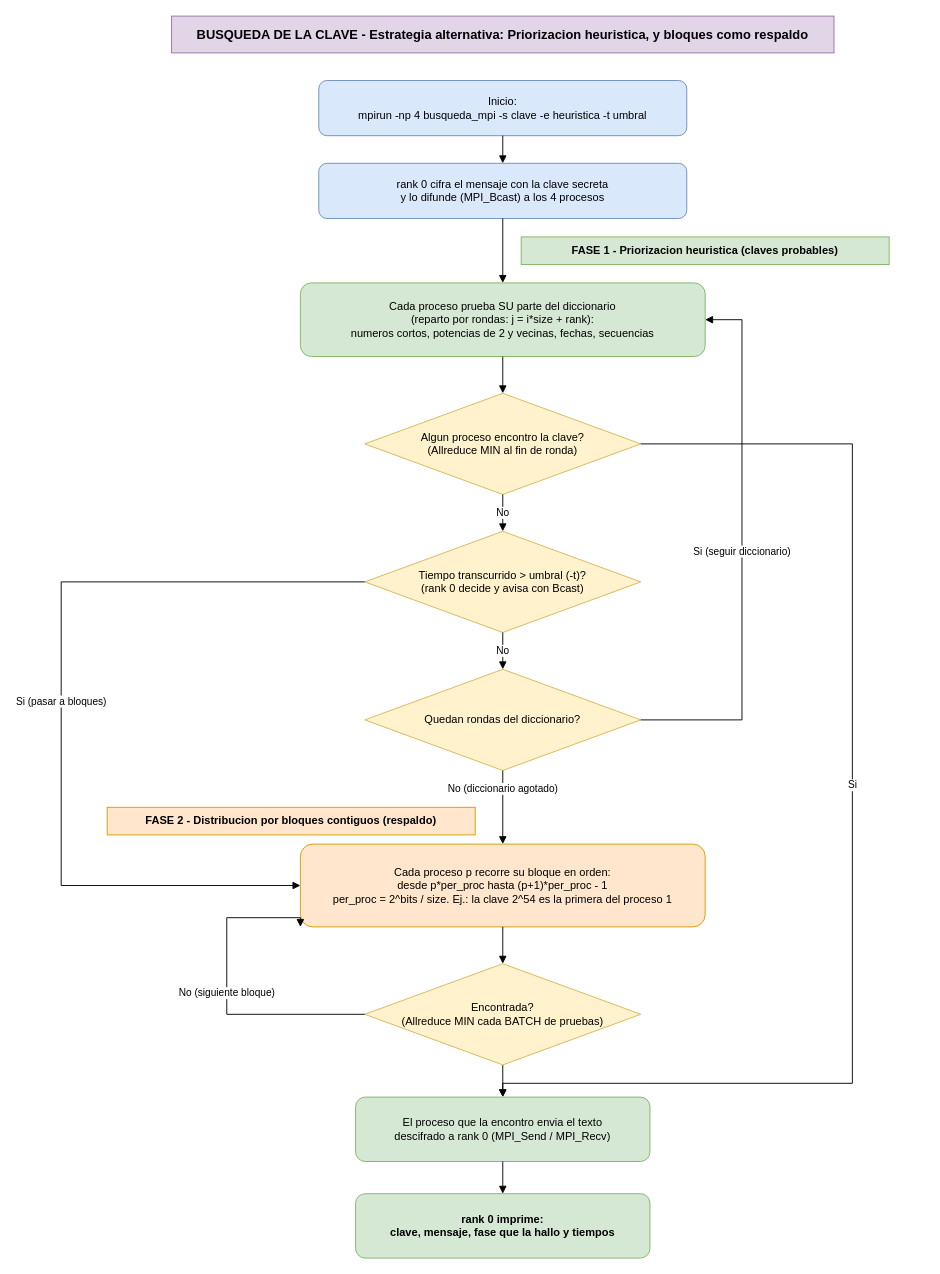
This is page "Estrategia alternativa (heuristica + bloques)" (2 of 2) of diagramas/cifrado_descifrado.drawio from Brariv/Proyecto-2-OMPI, a draw.io file, before an edit. Source tidied: cells renumbered, new cells numbered last; positions are measured from the earlier drawing's top-left corner, leaving out a move shared by most shapes. Both pictures are drawn from the tidied source at 92%, with x=0, y=0 at pixel (61, 16).
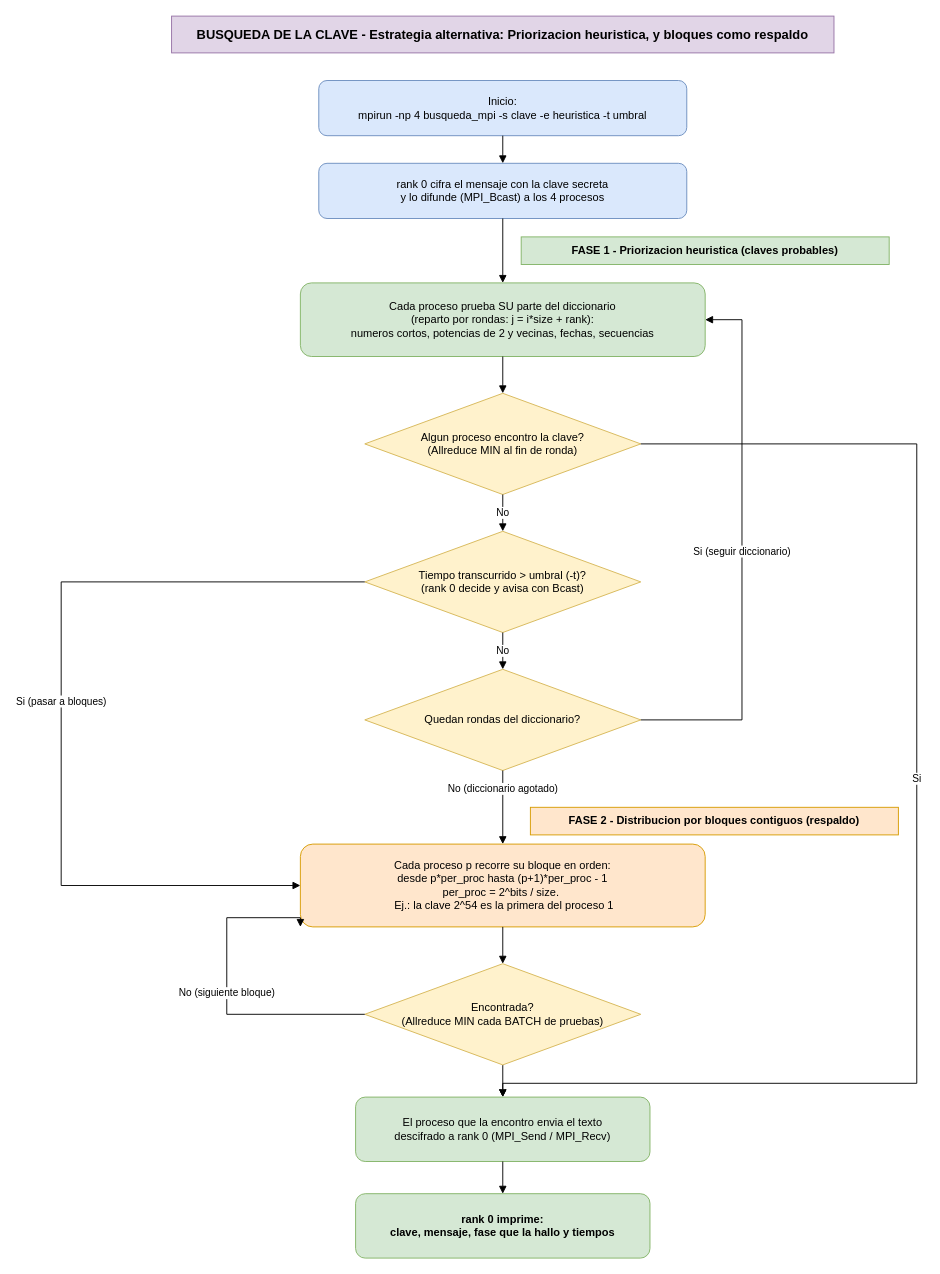
The same diagram, later.

Commit message (it also covers changes not shown here):
Desencriptado OMPI y actualizacion de diagramas

Unchanged cells that the change refers to:
```xml
<mxCell id="7" value="Algun proceso encontro la clave?&#10;(Allreduce MIN al fin de ronda)" style="rhombus;whiteSpace=wrap;html=1;fillColor=#fff2cc;strokeColor=#d6b656;" parent="1" vertex="1">
  <mxGeometry x="330" y="410" width="300" height="110" as="geometry" />
</mxCell>
<mxCell id="14" value="El proceso que la encontro envia el texto&#10;descifrado a rank 0 (MPI_Send / MPI_Recv)" style="rounded=1;whiteSpace=wrap;html=1;fillColor=#d5e8d4;strokeColor=#82b366;" parent="1" vertex="1">
  <mxGeometry x="320" y="1175" width="320" height="70" as="geometry" />
</mxCell>
```

Change to the diagram source:
```diff
@@
     <mxCell id="10" value="FASE 2 - Distribucion por bloques contiguos (respaldo)" style="rounded=0;whiteSpace=wrap;html=1;fillColor=#ffe6cc;strokeColor=#d79b00;fontStyle=1;" parent="1" vertex="1">
-      <mxGeometry x="50" y="860" width="400" height="30" as="geometry" />
+      <mxGeometry x="510" y="860" width="400" height="30" as="geometry" />
     </mxCell>
-    <mxCell id="11" value="Cada proceso p recorre su bloque en orden:&#10;desde p*per_proc hasta (p+1)*per_proc - 1&#10;per_proc = 2^bits / size.  Ej.: la clave 2^54 es la primera del proceso 1" style="rounded=1;whiteSpace=wrap;html=1;fillColor=#ffe6cc;strokeColor=#d79b00;" parent="1" vertex="1">
+    <mxCell id="11" value="Cada proceso p recorre su bloque en orden:&lt;br&gt;desde p*per_proc hasta (p+1)*per_proc - 1&lt;br&gt;per_proc = 2^bits / size.&amp;nbsp;&lt;div&gt;&amp;nbsp;Ej.: la clave 2^54 es la primera del proceso 1&lt;/div&gt;" style="rounded=1;whiteSpace=wrap;html=1;fillColor=#ffe6cc;strokeColor=#d79b00;" parent="1" vertex="1">
       <mxGeometry x="260" y="900" width="440" height="90" as="geometry" />
     </mxCell>
@@
     <mxCell id="19" value="Si" style="edgeStyle=orthogonalEdgeStyle;html=1;endArrow=block;rounded=0;exitX=1;exitY=0.5;exitDx=0;exitDy=0;entryX=0.5;entryY=0;entryDx=0;entryDy=0;" parent="1" edge="1" source="7" target="14">
       <mxGeometry x="-0.09" relative="1" as="geometry">
         <Array as="points">
-          <mxPoint x="860" y="465" />
-          <mxPoint x="860" y="1160" />
+          <mxPoint x="930" y="465" />
+          <mxPoint x="930" y="1160" />
           <mxPoint x="480" y="1160" />
         </Array>
       </mxGeometry>
     </mxCell>
```
